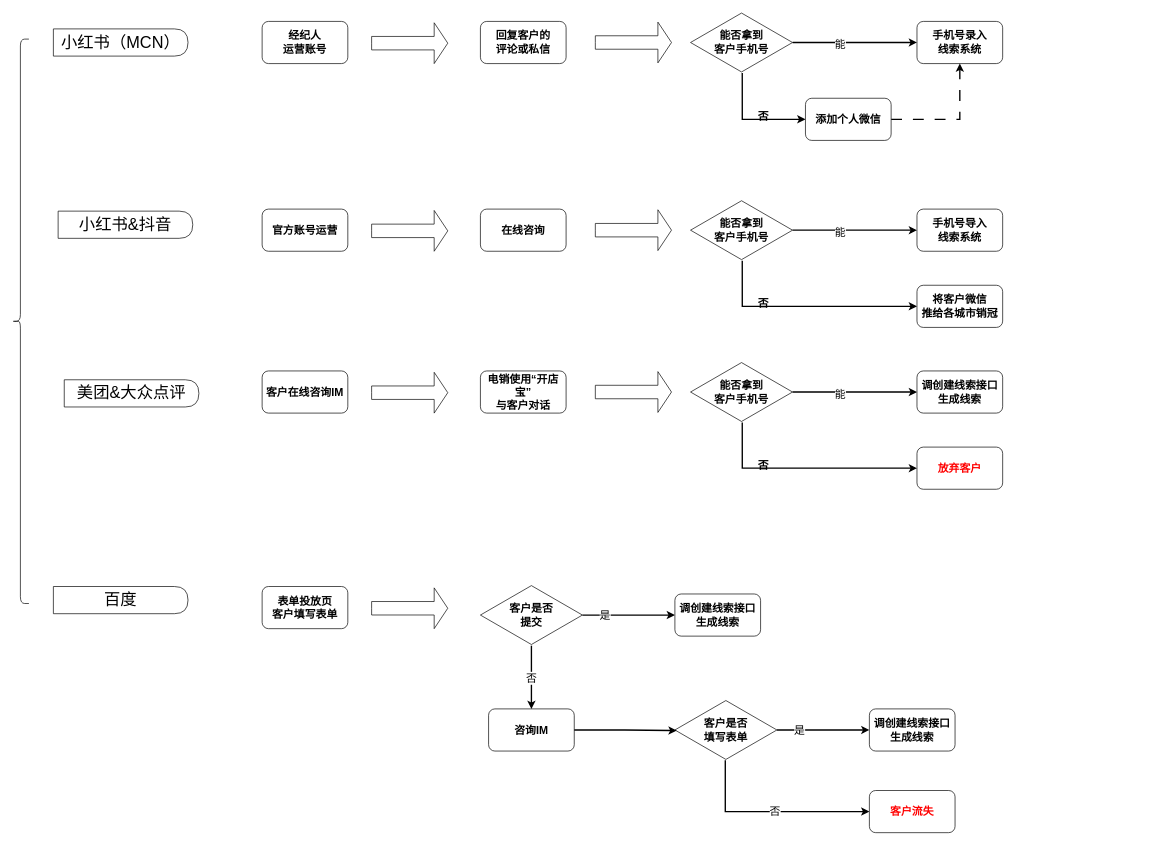
Above: SCRM背景.drawio in anze1314/picture (draw.io), before the change. Source tidied: cells renumbered, new cells numbered last; positions are measured from the earlier drawing's top-left corner, leaving out a move shared by most shapes. Both pictures are drawn from the tidied source at 68%, with x=0, y=0 at pixel (12, 12).
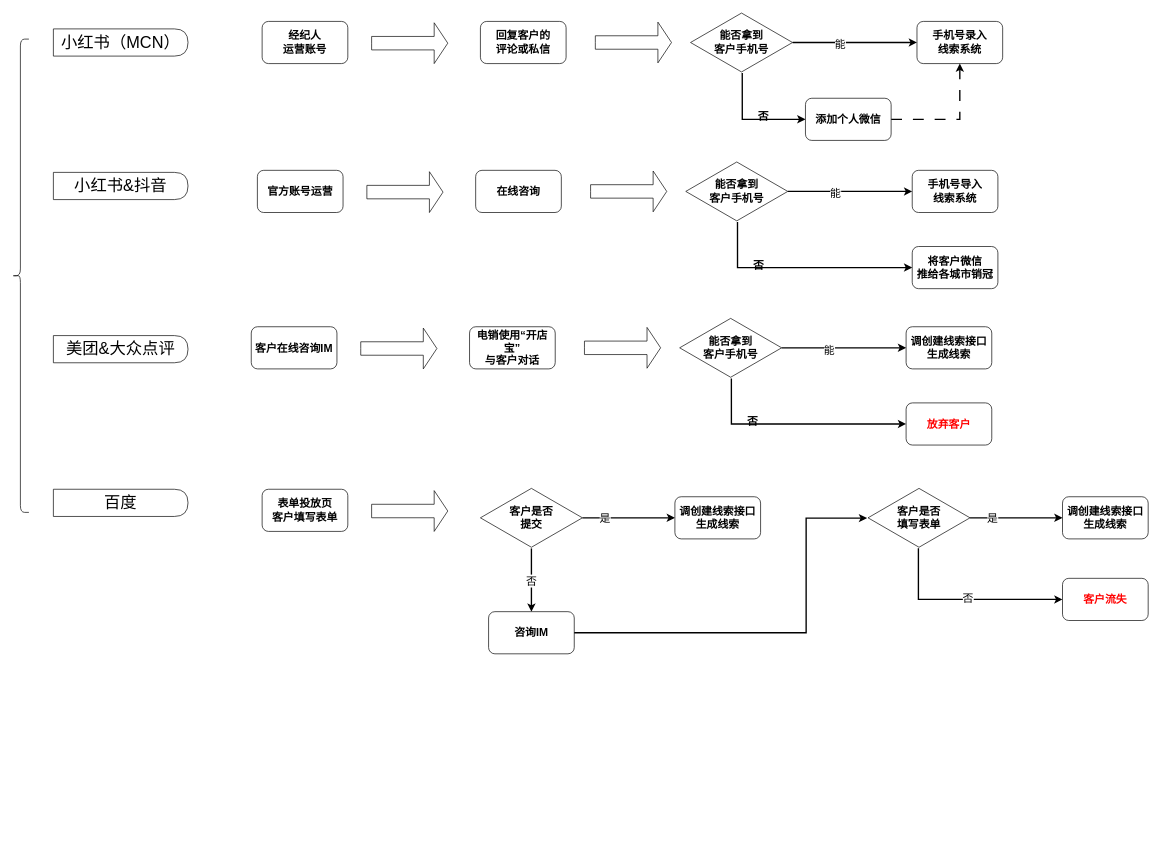
The same page after the edit.

What changed in the source:
```diff
@@
     <mxCell id="2" style="shape=curlyBracket;whiteSpace=wrap;html=1;rounded=1;labelPosition=left;verticalLabelPosition=middle;align=right;verticalAlign=middle;" parent="1" vertex="1">
-      <mxGeometry y="40" width="25" height="830" as="geometry" />
+      <mxGeometry y="40" width="25" height="696" as="geometry" />
     </mxCell>
@@
     <mxCell id="4" value="&lt;font style=&quot;font-size: 24px;&quot;&gt;美团&amp;amp;大众点评&lt;/font&gt;" style="shape=delay;whiteSpace=wrap;html=1;flipV=1;" parent="1" vertex="1">
-      <mxGeometry x="77" y="541" width="198" height="40" as="geometry" />
+      <mxGeometry x="61" y="476" width="198" height="40" as="geometry" />
     </mxCell>
     <mxCell id="5" value="&lt;span style=&quot;font-size: 24px;&quot;&gt;百度&lt;/span&gt;" style="shape=delay;whiteSpace=wrap;html=1;flipV=1;" parent="1" vertex="1">
-      <mxGeometry x="61" y="845" width="198" height="40" as="geometry" />
+      <mxGeometry x="61" y="702" width="198" height="40" as="geometry" />
     </mxCell>
     <mxCell id="6" value="&lt;font style=&quot;font-size: 24px;&quot;&gt;小红书&amp;amp;抖音&lt;/font&gt;" style="shape=delay;whiteSpace=wrap;html=1;flipV=1;" parent="1" vertex="1">
-      <mxGeometry x="68" y="293" width="198" height="40" as="geometry" />
+      <mxGeometry x="61" y="236" width="198" height="40" as="geometry" />
     </mxCell>
@@
     <mxCell id="19" value="官方账号运营" style="rounded=1;whiteSpace=wrap;html=1;flipH=0;flipV=1;fontSize=16;fontStyle=1;" parent="1" vertex="1">
-      <mxGeometry x="368" y="290" width="126" height="62" as="geometry" />
+      <mxGeometry x="361" y="233" width="126" height="62" as="geometry" />
     </mxCell>
     <mxCell id="20" value="在线咨询" style="rounded=1;whiteSpace=wrap;html=1;flipH=0;flipV=1;fontSize=16;fontStyle=1;" parent="1" vertex="1">
-      <mxGeometry x="689" y="290" width="126" height="62" as="geometry" />
+      <mxGeometry x="682" y="233" width="126" height="62" as="geometry" />
     </mxCell>
@@
     <mxCell id="24" value="能否拿到&lt;div style=&quot;font-size: 16px;&quot;&gt;客户手机号&lt;/div&gt;" style="html=1;whiteSpace=wrap;shape=isoRectangle;flipH=0;flipV=1;fontSize=16;fontStyle=1;" parent="1" vertex="1">
-      <mxGeometry x="998" y="276" width="150" height="90" as="geometry" />
+      <mxGeometry x="991" y="219" width="150" height="90" as="geometry" />
     </mxCell>
     <mxCell id="25" value="手机号导入&lt;div style=&quot;font-size: 16px;&quot;&gt;线索系统&lt;/div&gt;" style="rounded=1;whiteSpace=wrap;html=1;flipH=0;flipV=1;fontSize=16;fontStyle=1;" parent="1" vertex="1">
-      <mxGeometry x="1331" y="290" width="126" height="62" as="geometry" />
+      <mxGeometry x="1324" y="233" width="126" height="62" as="geometry" />
     </mxCell>
     <mxCell id="26" value="将客户微信&lt;div style=&quot;font-size: 16px;&quot;&gt;推给各城市销冠&lt;/div&gt;" style="rounded=1;whiteSpace=wrap;html=1;fontSize=16;fontStyle=1;" parent="1" vertex="1">
-      <mxGeometry x="1331" y="402" width="126" height="62" as="geometry" />
+      <mxGeometry x="1324" y="345" width="126" height="62" as="geometry" />
     </mxCell>
     <mxCell id="27" style="html=1;shadow=0;dashed=0;align=center;verticalAlign=middle;shape=mxgraph.arrows2.arrow;dy=0.67;dx=20;notch=0;fontStyle=1;" parent="1" vertex="1">
-      <mxGeometry x="529" y="292" width="112" height="60" as="geometry" />
+      <mxGeometry x="522" y="235" width="112" height="60" as="geometry" />
     </mxCell>
     <mxCell id="28" style="html=1;shadow=0;dashed=0;align=center;verticalAlign=middle;shape=mxgraph.arrows2.arrow;dy=0.67;dx=20;notch=0;fontStyle=1;" parent="1" vertex="1">
-      <mxGeometry x="858" y="291" width="112" height="60" as="geometry" />
+      <mxGeometry x="851" y="234" width="112" height="60" as="geometry" />
     </mxCell>
     <mxCell id="29" value="否" style="text;html=1;align=center;verticalAlign=middle;strokeColor=none;fillColor=none;strokeWidth=2;fontSize=16;fontStyle=1;" parent="1" vertex="1">
-      <mxGeometry x="1088" y="413" width="34" height="31" as="geometry" />
+      <mxGeometry x="1081" y="356" width="34" height="31" as="geometry" />
     </mxCell>
     <mxCell id="30" value="客户在线咨询IM" style="rounded=1;whiteSpace=wrap;html=1;flipH=0;flipV=1;fontSize=16;fontStyle=1;" parent="1" vertex="1">
-      <mxGeometry x="368" y="528" width="126" height="62" as="geometry" />
+      <mxGeometry x="352" y="463" width="126" height="62" as="geometry" />
     </mxCell>
     <mxCell id="31" value="电销使用“开店宝”&lt;div style=&quot;font-size: 16px;&quot;&gt;与客户对话&lt;/div&gt;" style="rounded=1;whiteSpace=wrap;html=1;flipH=0;flipV=1;fontSize=16;fontStyle=1;" parent="1" vertex="1">
-      <mxGeometry x="689" y="528" width="126" height="62" as="geometry" />
+      <mxGeometry x="673" y="463" width="126" height="62" as="geometry" />
     </mxCell>
@@
     <mxCell id="35" value="能否拿到&lt;div style=&quot;font-size: 16px;&quot;&gt;客户手机号&lt;/div&gt;" style="html=1;whiteSpace=wrap;shape=isoRectangle;flipH=0;flipV=1;fontSize=16;fontStyle=1;" parent="1" vertex="1">
-      <mxGeometry x="998" y="514" width="150" height="90" as="geometry" />
+      <mxGeometry x="982" y="449" width="150" height="90" as="geometry" />
     </mxCell>
     <mxCell id="36" value="调创建线索接口&lt;div style=&quot;font-size: 16px;&quot;&gt;生成线索&lt;/div&gt;" style="rounded=1;whiteSpace=wrap;html=1;flipH=0;flipV=1;fontSize=16;fontStyle=1;" parent="1" vertex="1">
-      <mxGeometry x="1331" y="528" width="126" height="62" as="geometry" />
+      <mxGeometry x="1315" y="463" width="126" height="62" as="geometry" />
     </mxCell>
     <mxCell id="37" value="&lt;font color=&quot;#ff0000&quot; style=&quot;font-size: 16px;&quot;&gt;放弃客户&lt;/font&gt;" style="rounded=1;whiteSpace=wrap;html=1;fontSize=16;fontStyle=1;" parent="1" vertex="1">
-      <mxGeometry x="1331" y="640" width="126" height="62" as="geometry" />
+      <mxGeometry x="1315" y="575" width="126" height="62" as="geometry" />
     </mxCell>
     <mxCell id="38" style="html=1;shadow=0;dashed=0;align=center;verticalAlign=middle;shape=mxgraph.arrows2.arrow;dy=0.67;dx=20;notch=0;fontStyle=1;" parent="1" vertex="1">
-      <mxGeometry x="529" y="530" width="112" height="60" as="geometry" />
+      <mxGeometry x="513" y="465" width="112" height="60" as="geometry" />
     </mxCell>
     <mxCell id="39" style="html=1;shadow=0;dashed=0;align=center;verticalAlign=middle;shape=mxgraph.arrows2.arrow;dy=0.67;dx=20;notch=0;fontStyle=1;" parent="1" vertex="1">
-      <mxGeometry x="858" y="529" width="112" height="60" as="geometry" />
+      <mxGeometry x="842" y="464" width="112" height="60" as="geometry" />
     </mxCell>
     <mxCell id="40" value="否" style="text;html=1;align=center;verticalAlign=middle;strokeColor=none;fillColor=none;strokeWidth=2;fontSize=16;fontStyle=1;" parent="1" vertex="1">
-      <mxGeometry x="1088" y="651" width="34" height="31" as="geometry" />
+      <mxGeometry x="1072" y="586" width="34" height="31" as="geometry" />
     </mxCell>
     <mxCell id="41" value="表单投放页&lt;div&gt;客户填写表单&lt;/div&gt;" style="rounded=1;whiteSpace=wrap;html=1;flipH=0;flipV=1;fontSize=16;fontStyle=1;" parent="1" vertex="1">
-      <mxGeometry x="368" y="845" width="126" height="62" as="geometry" />
+      <mxGeometry x="368" y="702" width="126" height="62" as="geometry" />
     </mxCell>
     <mxCell id="42" style="html=1;shadow=0;dashed=0;align=center;verticalAlign=middle;shape=mxgraph.arrows2.arrow;dy=0.67;dx=20;notch=0;fontStyle=1;" parent="1" vertex="1">
-      <mxGeometry x="529" y="847" width="112" height="60" as="geometry" />
+      <mxGeometry x="529" y="704" width="112" height="60" as="geometry" />
     </mxCell>
@@
     <mxCell id="47" value="客户是否&lt;div&gt;提交&lt;/div&gt;" style="html=1;whiteSpace=wrap;shape=isoRectangle;flipH=0;flipV=1;fontSize=16;fontStyle=1;" parent="1" vertex="1">
-      <mxGeometry x="689" y="842" width="150" height="90" as="geometry" />
+      <mxGeometry x="689" y="699" width="150" height="90" as="geometry" />
     </mxCell>
     <mxCell id="48" value="调创建线索接口&lt;div style=&quot;font-size: 16px;&quot;&gt;生成线索&lt;/div&gt;" style="rounded=1;whiteSpace=wrap;html=1;flipH=0;flipV=1;fontSize=16;fontStyle=1;" parent="1" vertex="1">
-      <mxGeometry x="975" y="856" width="126" height="62" as="geometry" />
+      <mxGeometry x="975" y="713" width="126" height="62" as="geometry" />
     </mxCell>
     <mxCell id="49" value="咨询IM" style="rounded=1;whiteSpace=wrap;html=1;flipH=0;flipV=1;fontSize=16;fontStyle=1;" parent="1" vertex="1">
-      <mxGeometry x="701" y="1025" width="126" height="62" as="geometry" />
+      <mxGeometry x="701" y="882" width="126" height="62" as="geometry" />
     </mxCell>
@@
     <mxCell id="54" value="客户是否&lt;div&gt;填写表单&lt;/div&gt;" style="html=1;whiteSpace=wrap;shape=isoRectangle;flipH=0;flipV=1;fontSize=16;fontStyle=1;" parent="1" vertex="1">
-      <mxGeometry x="975" y="1011" width="150" height="90" as="geometry" />
+      <mxGeometry x="1259" y="699" width="150" height="90" as="geometry" />
     </mxCell>
     <mxCell id="55" value="调创建线索接口&lt;div style=&quot;font-size: 16px;&quot;&gt;生成线索&lt;/div&gt;" style="rounded=1;whiteSpace=wrap;html=1;flipH=0;flipV=1;fontSize=16;fontStyle=1;" parent="1" vertex="1">
-      <mxGeometry x="1261" y="1025" width="126" height="62" as="geometry" />
+      <mxGeometry x="1545" y="713" width="126" height="62" as="geometry" />
     </mxCell>
     <mxCell id="56" value="&lt;font color=&quot;#ff0000&quot; style=&quot;font-size: 16px;&quot;&gt;客户流失&lt;/font&gt;" style="rounded=1;whiteSpace=wrap;html=1;fontSize=16;fontStyle=1;" parent="1" vertex="1">
-      <mxGeometry x="1261" y="1145" width="126" height="62" as="geometry" />
+      <mxGeometry x="1545" y="833" width="126" height="62" as="geometry" />
     </mxCell>
-    <mxCell id="57" style="edgeStyle=orthogonalEdgeStyle;rounded=0;jettySize=auto;html=1;entryX=0.017;entryY=0.491;entryDx=0;entryDy=0;entryPerimeter=0;strokeWidth=2;fontSize=18;fontStyle=1;" parent="1" edge="1" source="49" target="54">
-      <mxGeometry relative="1" as="geometry" />
+    <mxCell id="57" style="edgeStyle=orthogonalEdgeStyle;rounded=0;jettySize=auto;html=1;exitX=1;exitY=0.5;exitDx=0;exitDy=0;entryX=-0.009;entryY=0.495;entryDx=0;entryDy=0;entryPerimeter=0;strokeWidth=2;" parent="1" edge="1" source="49" target="54">
+      <mxGeometry relative="1" as="geometry">
+        <Array as="points">
+          <mxPoint x="1168" y="913" />
+          <mxPoint x="1168" y="744" />
+        </Array>
+      </mxGeometry>
     </mxCell>
```
